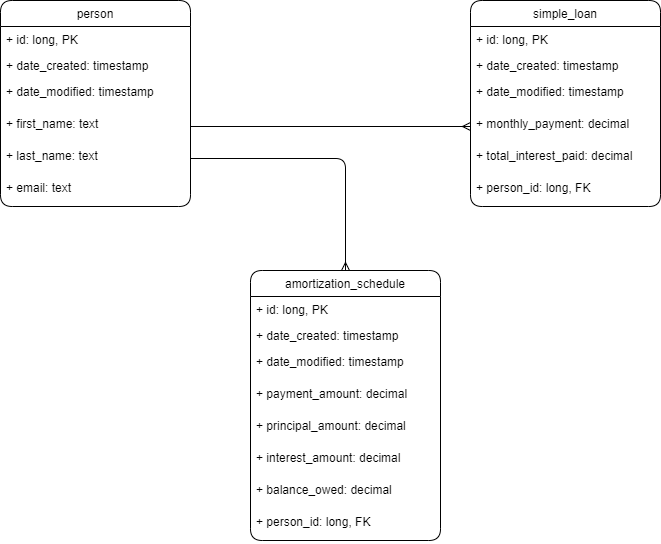
Earlier version of the draw.io export src/main/resources/UML/loan_calculator.png (naimferati/loan-calculator). Source tidied: cells renumbered, new cells last; positions are measured from the earlier drawing's top-left corner, leaving out a move shared by most shapes.
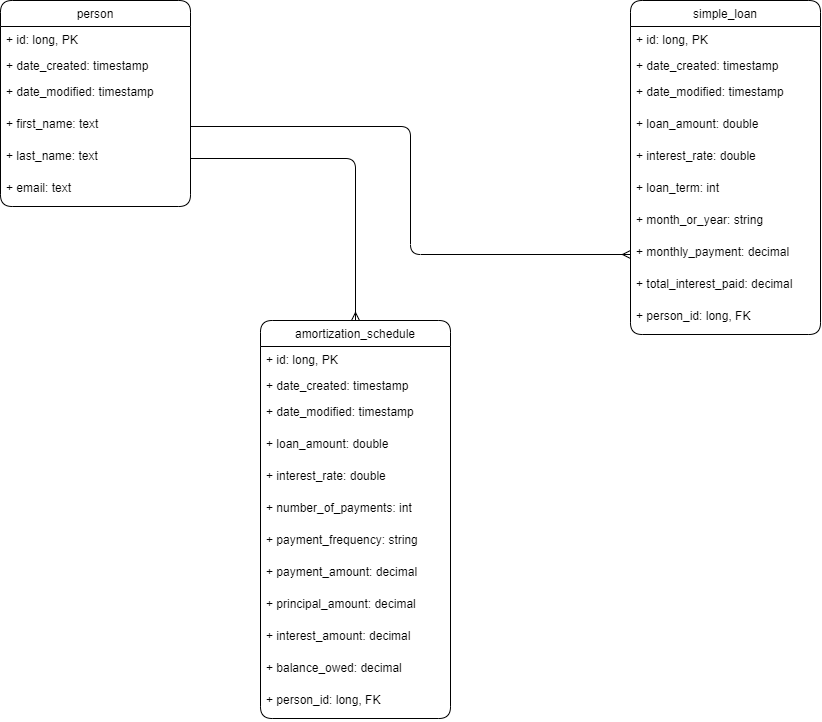
After the change.

The edit, as a diff of the source:
```diff
@@ -24,7 +24,7 @@
       <mxGeometry y="174" width="190" height="32" as="geometry" />
     </mxCell>
     <mxCell id="9" value="simple_loan" style="swimlane;fontStyle=0;horizontal=1;startSize=26;fillColor=none;rounded=1;" parent="1" vertex="1">
-      <mxGeometry x="470" width="190" height="206" as="geometry" />
+      <mxGeometry x="630" width="190" height="334" as="geometry" />
     </mxCell>
     <mxCell id="10" value="+ id: long, PK" style="text;strokeColor=none;fillColor=none;align=left;verticalAlign=top;spacingLeft=4;spacingRight=4;overflow=hidden;rounded=1;" parent="9" vertex="1">
       <mxGeometry y="26" width="190" height="26" as="geometry" />
@@ -35,17 +35,29 @@
     <mxCell id="12" value="+ date_modified: timestamp" style="text;strokeColor=none;fillColor=none;align=left;verticalAlign=top;spacingLeft=4;spacingRight=4;overflow=hidden;rounded=1;" parent="9" vertex="1">
       <mxGeometry y="78" width="190" height="32" as="geometry" />
     </mxCell>
+    <mxCell id="27" value="+ loan_amount: double" style="text;strokeColor=none;fillColor=none;align=left;verticalAlign=top;spacingLeft=4;spacingRight=4;overflow=hidden;rounded=1;" parent="9" vertex="1">
+      <mxGeometry y="110" width="190" height="32" as="geometry" />
+    </mxCell>
+    <mxCell id="28" value="+ interest_rate: double" style="text;strokeColor=none;fillColor=none;align=left;verticalAlign=top;spacingLeft=4;spacingRight=4;overflow=hidden;rounded=1;" parent="9" vertex="1">
+      <mxGeometry y="142" width="190" height="32" as="geometry" />
+    </mxCell>
+    <mxCell id="29" value="+ loan_term: int" style="text;strokeColor=none;fillColor=none;align=left;verticalAlign=top;spacingLeft=4;spacingRight=4;overflow=hidden;rounded=1;" parent="9" vertex="1">
+      <mxGeometry y="174" width="190" height="32" as="geometry" />
+    </mxCell>
+    <mxCell id="30" value="+ month_or_year: string" style="text;strokeColor=none;fillColor=none;align=left;verticalAlign=top;spacingLeft=4;spacingRight=4;overflow=hidden;rounded=1;" parent="9" vertex="1">
+      <mxGeometry y="206" width="190" height="32" as="geometry" />
+    </mxCell>
     <mxCell id="13" value="+ monthly_payment: decimal" style="text;strokeColor=none;fillColor=none;align=left;verticalAlign=top;spacingLeft=4;spacingRight=4;overflow=hidden;points=[[0,0.5],[1,0.5]];portConstraint=eastwest;rounded=1;" parent="9" vertex="1">
-      <mxGeometry y="110" width="190" height="32" as="geometry" />
+      <mxGeometry y="238" width="190" height="32" as="geometry" />
     </mxCell>
     <mxCell id="14" value="+ total_interest_paid: decimal" style="text;strokeColor=none;fillColor=none;align=left;verticalAlign=top;spacingLeft=4;spacingRight=4;overflow=hidden;rounded=1;" parent="9" vertex="1">
-      <mxGeometry y="142" width="190" height="32" as="geometry" />
+      <mxGeometry y="270" width="190" height="32" as="geometry" />
     </mxCell>
     <mxCell id="15" value="+ person_id: long, FK" style="text;strokeColor=none;fillColor=none;align=left;verticalAlign=top;spacingLeft=4;spacingRight=4;overflow=hidden;rounded=1;" parent="9" vertex="1">
-      <mxGeometry y="174" width="190" height="32" as="geometry" />
+      <mxGeometry y="302" width="190" height="32" as="geometry" />
     </mxCell>
     <mxCell id="16" value="amortization_schedule" style="swimlane;fontStyle=0;horizontal=1;startSize=26;fillColor=none;rounded=1;" parent="1" vertex="1">
-      <mxGeometry x="250" y="270" width="190" height="270" as="geometry" />
+      <mxGeometry x="260" y="320" width="190" height="398" as="geometry" />
     </mxCell>
     <mxCell id="17" value="+ id: long, PK" style="text;strokeColor=none;fillColor=none;align=left;verticalAlign=top;spacingLeft=4;spacingRight=4;overflow=hidden;rounded=1;" parent="16" vertex="1">
       <mxGeometry y="26" width="190" height="26" as="geometry" />
@@ -56,20 +68,32 @@
     <mxCell id="19" value="+ date_modified: timestamp" style="text;strokeColor=none;fillColor=none;align=left;verticalAlign=top;spacingLeft=4;spacingRight=4;overflow=hidden;rounded=1;" parent="16" vertex="1">
       <mxGeometry y="78" width="190" height="32" as="geometry" />
     </mxCell>
+    <mxCell id="31" value="+ loan_amount: double" style="text;strokeColor=none;fillColor=none;align=left;verticalAlign=top;spacingLeft=4;spacingRight=4;overflow=hidden;rounded=1;" parent="16" vertex="1">
+      <mxGeometry y="110" width="190" height="32" as="geometry" />
+    </mxCell>
+    <mxCell id="32" value="+ interest_rate: double" style="text;strokeColor=none;fillColor=none;align=left;verticalAlign=top;spacingLeft=4;spacingRight=4;overflow=hidden;rounded=1;" parent="16" vertex="1">
+      <mxGeometry y="142" width="190" height="32" as="geometry" />
+    </mxCell>
+    <mxCell id="33" value="+ number_of_payments: int" style="text;strokeColor=none;fillColor=none;align=left;verticalAlign=top;spacingLeft=4;spacingRight=4;overflow=hidden;rounded=1;" parent="16" vertex="1">
+      <mxGeometry y="174" width="190" height="32" as="geometry" />
+    </mxCell>
+    <mxCell id="34" value="+ payment_frequency: string" style="text;strokeColor=none;fillColor=none;align=left;verticalAlign=top;spacingLeft=4;spacingRight=4;overflow=hidden;rounded=1;" parent="16" vertex="1">
+      <mxGeometry y="206" width="190" height="32" as="geometry" />
+    </mxCell>
     <mxCell id="20" value="+ payment_amount: decimal" style="text;strokeColor=none;fillColor=none;align=left;verticalAlign=top;spacingLeft=4;spacingRight=4;overflow=hidden;rounded=1;" parent="16" vertex="1">
-      <mxGeometry y="110" width="190" height="32" as="geometry" />
+      <mxGeometry y="238" width="190" height="32" as="geometry" />
     </mxCell>
     <mxCell id="21" value="+ principal_amount: decimal" style="text;strokeColor=none;fillColor=none;align=left;verticalAlign=top;spacingLeft=4;spacingRight=4;overflow=hidden;rounded=1;" parent="16" vertex="1">
-      <mxGeometry y="142" width="190" height="32" as="geometry" />
+      <mxGeometry y="270" width="190" height="32" as="geometry" />
     </mxCell>
     <mxCell id="22" value="+ interest_amount: decimal" style="text;strokeColor=none;fillColor=none;align=left;verticalAlign=top;spacingLeft=4;spacingRight=4;overflow=hidden;rounded=1;" parent="16" vertex="1">
-      <mxGeometry y="174" width="190" height="32" as="geometry" />
+      <mxGeometry y="302" width="190" height="32" as="geometry" />
     </mxCell>
     <mxCell id="23" value="+ balance_owed: decimal" style="text;strokeColor=none;fillColor=none;align=left;verticalAlign=top;spacingLeft=4;spacingRight=4;overflow=hidden;rounded=1;" parent="16" vertex="1">
-      <mxGeometry y="206" width="190" height="32" as="geometry" />
+      <mxGeometry y="334" width="190" height="32" as="geometry" />
     </mxCell>
     <mxCell id="24" value="+ person_id: long, FK" style="text;strokeColor=none;fillColor=none;align=left;verticalAlign=top;spacingLeft=4;spacingRight=4;overflow=hidden;rounded=1;" parent="16" vertex="1">
-      <mxGeometry y="238" width="190" height="32" as="geometry" />
+      <mxGeometry y="366" width="190" height="32" as="geometry" />
     </mxCell>
     <mxCell id="25" style="edgeStyle=orthogonalEdgeStyle;rounded=1;jettySize=auto;html=1;exitX=0;exitY=0.5;exitDx=0;exitDy=0;entryX=1;entryY=0.5;entryDx=0;entryDy=0;startArrow=ERmany;startFill=0;endArrow=none;endFill=0;" parent="1" edge="1" source="13" target="6">
       <mxGeometry relative="1" as="geometry" />
```
